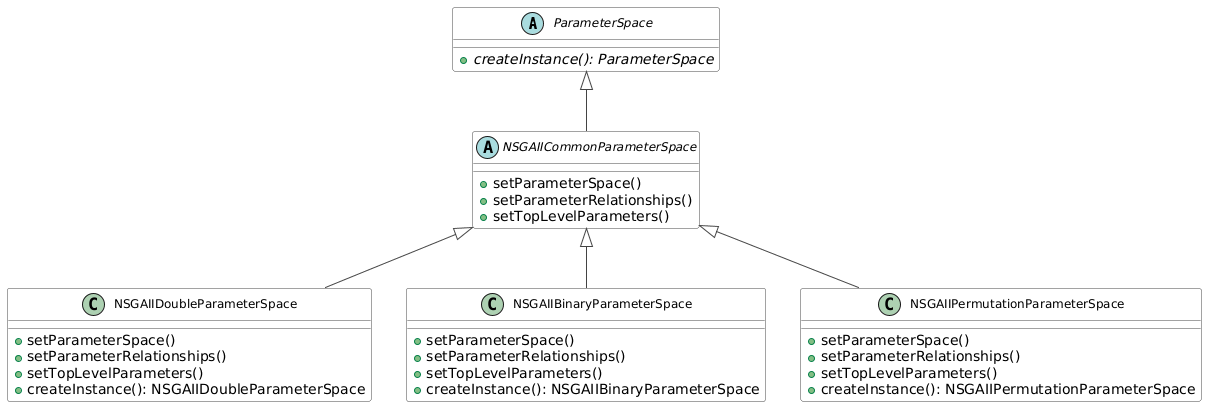
Before: docs/figures/NSGAIIParameterSpacesUML.png, a diagram exported from PlantUML (jMetal/Evolver). Source of this version:
```plantuml
@startuml
skinparam class {
    BackgroundColor White
    ArrowColor #444444
    BorderColor #444444
    FontName Arial
    FontSize 12
    FontStyle plain
}

abstract class ParameterSpace {
  + {abstract} createInstance(): ParameterSpace
}

abstract class NSGAIICommonParameterSpace {
  + setParameterSpace()
  + setParameterRelationships()
  + setTopLevelParameters()
}

class NSGAIIDoubleParameterSpace {
  + setParameterSpace()
  + setParameterRelationships()
  + setTopLevelParameters()
  + createInstance(): NSGAIIDoubleParameterSpace
}

class NSGAIIBinaryParameterSpace {
  + setParameterSpace()
  + setParameterRelationships()
  + setTopLevelParameters()
  + createInstance(): NSGAIIBinaryParameterSpace
}

class NSGAIIPermutationParameterSpace {
  + setParameterSpace()
  + setParameterRelationships()
  + setTopLevelParameters()
  + createInstance(): NSGAIIPermutationParameterSpace
}

ParameterSpace <|-- NSGAIICommonParameterSpace
NSGAIICommonParameterSpace <|-- NSGAIIDoubleParameterSpace
NSGAIICommonParameterSpace <|-- NSGAIIBinaryParameterSpace
NSGAIICommonParameterSpace <|-- NSGAIIPermutationParameterSpace
@enduml
```
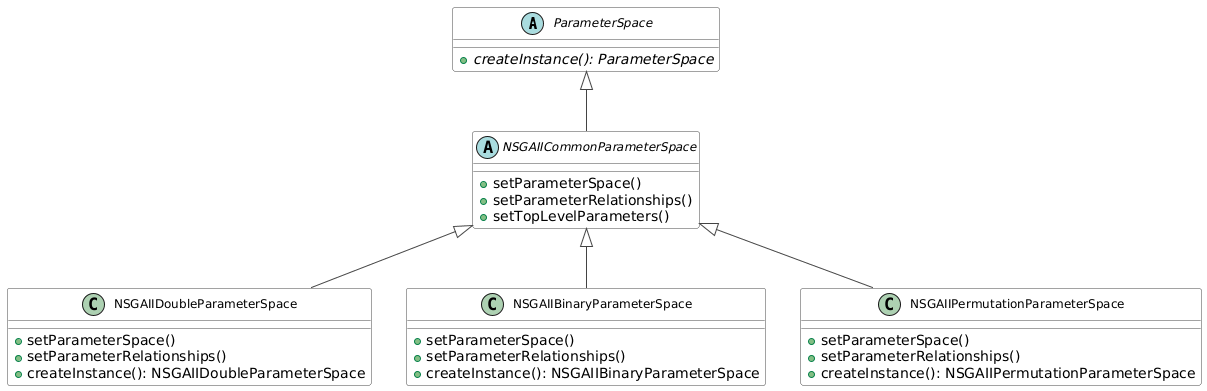
After the commit.

Commit message:
Update documentation (parameter spaces)

Change to the diagram source:
```diff
@@ -21,21 +21,18 @@
 class NSGAIIDoubleParameterSpace {
   + setParameterSpace()
   + setParameterRelationships()
-  + setTopLevelParameters()
   + createInstance(): NSGAIIDoubleParameterSpace
 }
 
 class NSGAIIBinaryParameterSpace {
   + setParameterSpace()
   + setParameterRelationships()
-  + setTopLevelParameters()
   + createInstance(): NSGAIIBinaryParameterSpace
 }
 
 class NSGAIIPermutationParameterSpace {
   + setParameterSpace()
   + setParameterRelationships()
-  + setTopLevelParameters()
   + createInstance(): NSGAIIPermutationParameterSpace
 }
 
```
